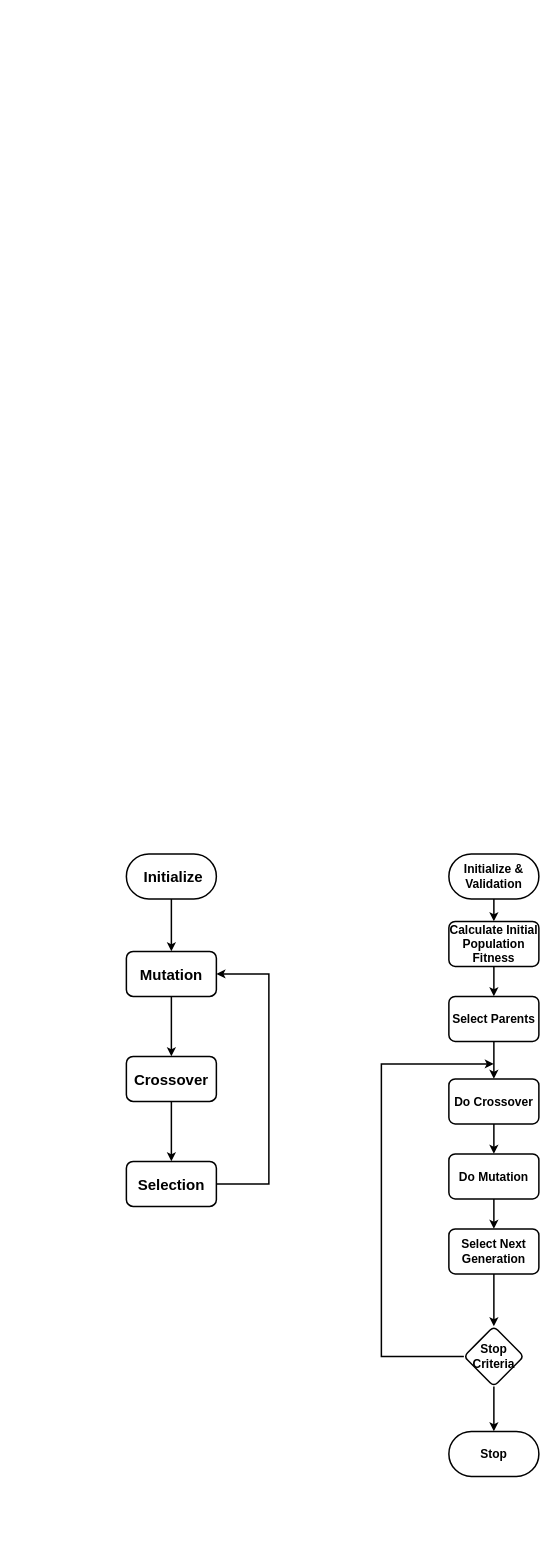
Earlier version of the draw.io diagram GA-overview.drawio (obasekore/drawings). Source tidied: cells renumbered, new cells numbered last; positions are measured from the earlier drawing's top-left corner, leaving out a move shared by most shapes. Both pictures are drawn from the tidied source at 75%, with x=0, y=0 at pixel (126, 854).
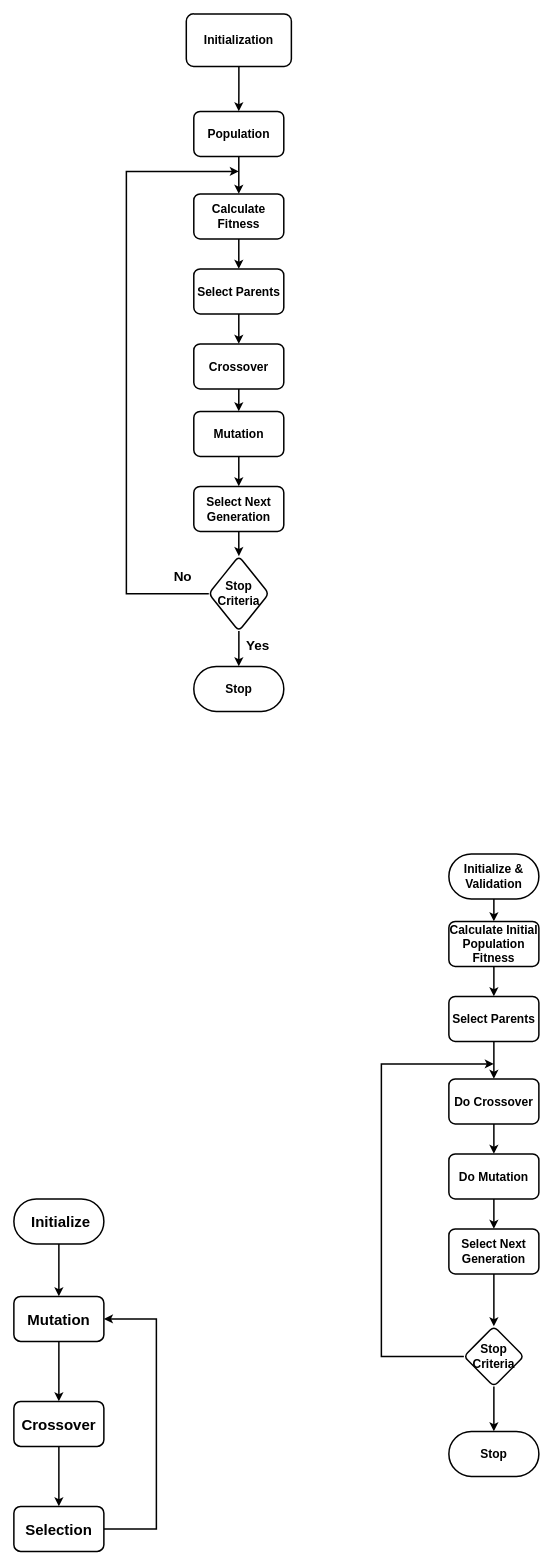
The same page after the edit.

Change to the diagram source:
```diff
@@
     <mxCell id="3" value="&amp;nbsp;Initialize" style="rounded=1;whiteSpace=wrap;html=1;strokeWidth=2;fontSize=20;fontStyle=1;arcSize=50;" parent="1" vertex="1">
-      <mxGeometry width="120" height="60" as="geometry" />
+      <mxGeometry x="-150" y="460" width="120" height="60" as="geometry" />
     </mxCell>
@@
     <mxCell id="5" value="Mutation" style="rounded=1;whiteSpace=wrap;html=1;strokeWidth=2;fontSize=20;fontStyle=1;" parent="1" vertex="1">
-      <mxGeometry y="130" width="120" height="60" as="geometry" />
+      <mxGeometry x="-150" y="590" width="120" height="60" as="geometry" />
     </mxCell>
@@
     <mxCell id="7" value="Crossover" style="whiteSpace=wrap;html=1;rounded=1;strokeWidth=2;fontSize=20;fontStyle=1;" parent="1" vertex="1">
-      <mxGeometry y="270" width="120" height="60" as="geometry" />
+      <mxGeometry x="-150" y="730" width="120" height="60" as="geometry" />
     </mxCell>
     <mxCell id="8" style="edgeStyle=orthogonalEdgeStyle;rounded=0;jettySize=auto;html=1;exitX=1;exitY=0.5;exitDx=0;exitDy=0;entryX=1;entryY=0.5;entryDx=0;entryDy=0;strokeWidth=2;fontSize=20;fontStyle=1;" parent="1" edge="1" source="9" target="5">
       <mxGeometry relative="1" as="geometry">
         <Array as="points">
-          <mxPoint x="190" y="440" />
-          <mxPoint x="190" y="160" />
+          <mxPoint x="40" y="900" />
+          <mxPoint x="40" y="620" />
         </Array>
       </mxGeometry>
     </mxCell>
     <mxCell id="9" value="Selection" style="whiteSpace=wrap;html=1;rounded=1;strokeWidth=2;fontSize=20;fontStyle=1;" parent="1" vertex="1">
-      <mxGeometry y="410" width="120" height="60" as="geometry" />
+      <mxGeometry x="-150" y="870" width="120" height="60" as="geometry" />
     </mxCell>
@@
+    <mxCell id="26" style="edgeStyle=orthogonalEdgeStyle;rounded=0;jettySize=auto;html=1;strokeWidth=2;" parent="1" edge="1" source="27" target="43">
+      <mxGeometry relative="1" as="geometry" />
+    </mxCell>
+    <mxCell id="27" value="Initialization" style="rounded=1;whiteSpace=wrap;html=1;arcSize=14;fontSize=16;fontStyle=1;strokeWidth=2;" parent="1" vertex="1">
+      <mxGeometry x="79.9" y="-1120" width="140.1" height="70" as="geometry" />
+    </mxCell>
+    <mxCell id="28" style="edgeStyle=orthogonalEdgeStyle;rounded=0;jettySize=auto;html=1;fontSize=16;fontStyle=1;strokeWidth=2;" parent="1" edge="1" source="29" target="31">
+      <mxGeometry relative="1" as="geometry" />
+    </mxCell>
+    <mxCell id="29" value="Calculate Fitness" style="whiteSpace=wrap;html=1;rounded=1;arcSize=14;fontSize=16;fontStyle=1;strokeWidth=2;" parent="1" vertex="1">
+      <mxGeometry x="89.9" y="-880" width="120" height="60" as="geometry" />
+    </mxCell>
+    <mxCell id="30" style="edgeStyle=orthogonalEdgeStyle;rounded=0;jettySize=auto;html=1;fontSize=16;fontStyle=1;strokeWidth=2;" parent="1" edge="1" source="31" target="33">
+      <mxGeometry relative="1" as="geometry" />
+    </mxCell>
+    <mxCell id="31" value="Select Parents" style="whiteSpace=wrap;html=1;rounded=1;arcSize=14;fontSize=16;fontStyle=1;strokeWidth=2;" parent="1" vertex="1">
+      <mxGeometry x="89.9" y="-780" width="120" height="60" as="geometry" />
+    </mxCell>
+    <mxCell id="32" style="edgeStyle=orthogonalEdgeStyle;rounded=0;jettySize=auto;html=1;fontSize=16;fontStyle=1;strokeWidth=2;" parent="1" edge="1" source="33" target="35">
+      <mxGeometry relative="1" as="geometry" />
+    </mxCell>
+    <mxCell id="33" value="Crossover" style="whiteSpace=wrap;html=1;rounded=1;arcSize=14;fontSize=16;fontStyle=1;strokeWidth=2;" parent="1" vertex="1">
+      <mxGeometry x="89.9" y="-680" width="120" height="60" as="geometry" />
+    </mxCell>
+    <mxCell id="34" style="edgeStyle=orthogonalEdgeStyle;rounded=0;jettySize=auto;html=1;fontSize=16;fontStyle=1;strokeWidth=2;" parent="1" edge="1" source="35" target="37">
+      <mxGeometry relative="1" as="geometry" />
+    </mxCell>
+    <mxCell id="35" value="Mutation" style="whiteSpace=wrap;html=1;rounded=1;arcSize=14;fontSize=16;fontStyle=1;strokeWidth=2;" parent="1" vertex="1">
+      <mxGeometry x="89.9" y="-590" width="120" height="60" as="geometry" />
+    </mxCell>
+    <mxCell id="36" style="edgeStyle=orthogonalEdgeStyle;rounded=0;jettySize=auto;html=1;fontSize=16;fontStyle=1;strokeWidth=2;" parent="1" edge="1" source="37" target="40">
+      <mxGeometry relative="1" as="geometry" />
+    </mxCell>
+    <mxCell id="37" value="Select Next Generation" style="whiteSpace=wrap;html=1;rounded=1;arcSize=14;fontSize=16;fontStyle=1;strokeWidth=2;" parent="1" vertex="1">
+      <mxGeometry x="89.9" y="-490" width="120" height="60" as="geometry" />
+    </mxCell>
+    <mxCell id="38" style="edgeStyle=orthogonalEdgeStyle;rounded=0;jettySize=auto;html=1;exitX=0;exitY=0.5;exitDx=0;exitDy=0;fontSize=16;fontStyle=1;strokeWidth=2;" parent="1" edge="1" source="40">
+      <mxGeometry relative="1" as="geometry">
+        <mxPoint x="150" y="-910" as="targetPoint" />
+        <Array as="points">
+          <mxPoint y="-347" />
+          <mxPoint y="-910" />
+        </Array>
+      </mxGeometry>
+    </mxCell>
+    <mxCell id="39" style="edgeStyle=orthogonalEdgeStyle;rounded=0;jettySize=auto;html=1;fontSize=16;fontStyle=1;strokeWidth=2;" parent="1" edge="1" source="40" target="41">
+      <mxGeometry relative="1" as="geometry" />
+    </mxCell>
+    <mxCell id="40" value="Stop Criteria" style="rhombus;whiteSpace=wrap;html=1;rounded=1;arcSize=14;fontSize=16;fontStyle=1;strokeWidth=2;" parent="1" vertex="1">
+      <mxGeometry x="109.9" y="-397" width="80.1" height="100" as="geometry" />
+    </mxCell>
+    <mxCell id="41" value="Stop" style="whiteSpace=wrap;html=1;rounded=1;arcSize=50;fontSize=16;fontStyle=1;strokeWidth=2;" parent="1" vertex="1">
+      <mxGeometry x="89.9" y="-250" width="120" height="60" as="geometry" />
+    </mxCell>
+    <mxCell id="42" style="edgeStyle=orthogonalEdgeStyle;rounded=0;jettySize=auto;html=1;exitX=0.5;exitY=1;exitDx=0;exitDy=0;entryX=0.5;entryY=0;entryDx=0;entryDy=0;fontSize=13;strokeWidth=2;" parent="1" edge="1" source="43" target="29">
+      <mxGeometry relative="1" as="geometry" />
+    </mxCell>
+    <mxCell id="43" value="Population" style="whiteSpace=wrap;html=1;fontSize=16;rounded=1;arcSize=14;fontStyle=1;strokeWidth=2;" parent="1" vertex="1">
+      <mxGeometry x="89.9" y="-990" width="120" height="60" as="geometry" />
+    </mxCell>
+    <mxCell id="44" value="No" style="text;html=1;align=center;verticalAlign=middle;strokeColor=none;fillColor=none;fontStyle=1;fontSize=18;" parent="1" vertex="1">
+      <mxGeometry x="50" y="-390" width="50" height="40" as="geometry" />
+    </mxCell>
+    <mxCell id="45" value="Yes" style="text;html=1;align=center;verticalAlign=middle;strokeColor=none;fillColor=none;fontStyle=1;fontSize=18;" parent="1" vertex="1">
+      <mxGeometry x="150" y="-297" width="50" height="40" as="geometry" />
+    </mxCell>
```
